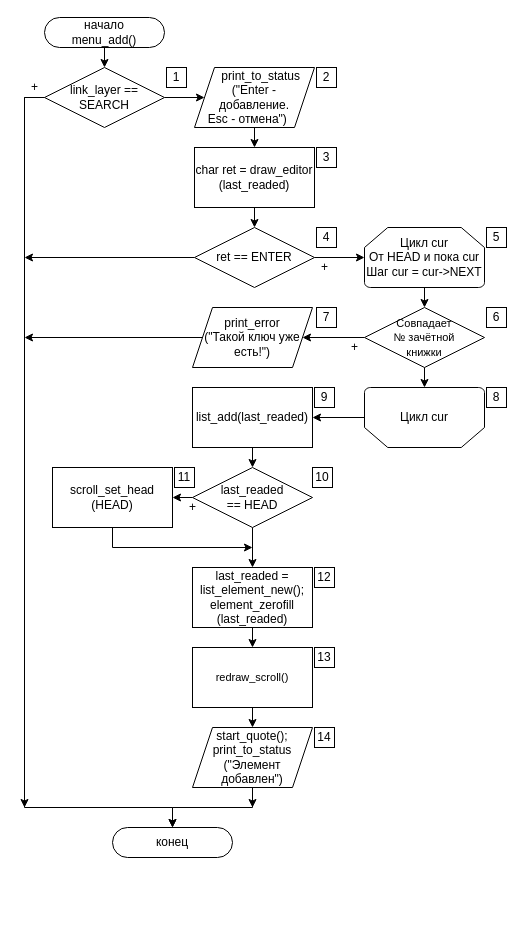
This is ПЗ/Diagrams/menu_add.drawio from Killfrra/AnP, a draw.io file, before an edit. Source tidied: cells renumbered, new cells numbered last; positions are measured from the earlier drawing's top-left corner, leaving out a move shared by most shapes. Both pictures are drawn from the tidied source at 100%, with x=0, y=0 at pixel (24, 17).
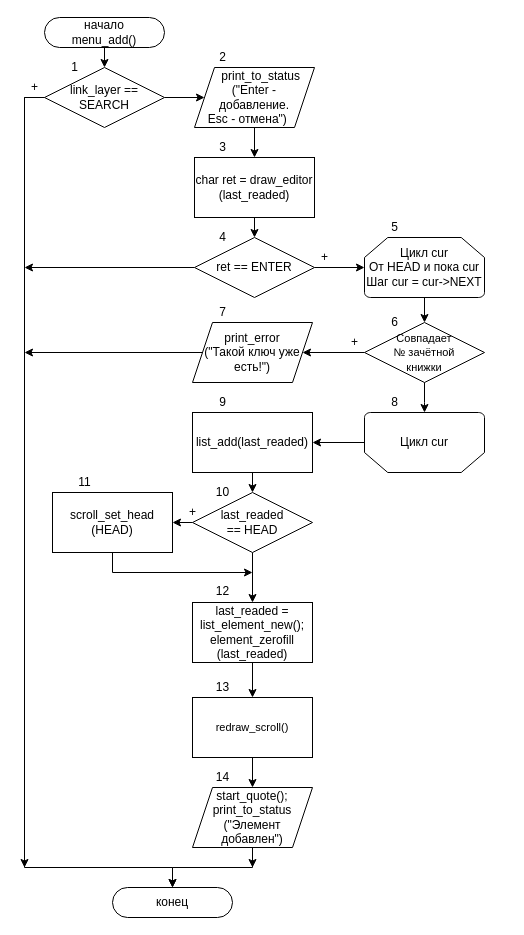
The same page after the edit.

Unchanged cells that the change refers to:
```xml
<mxCell id="29" value="link_layer == SEARCH" style="rhombus;whiteSpace=wrap;html=1;rounded=0;" parent="1" vertex="1">
  <mxGeometry x="20" y="50" width="120" height="60" as="geometry" />
</mxCell>
```

What changed in the source:
```diff
@@
     <mxCell id="3" value="конец" style="rounded=1;whiteSpace=wrap;html=1;arcSize=50;" parent="1" vertex="1">
-      <mxGeometry x="88" y="810" width="120" height="30" as="geometry" />
+      <mxGeometry x="88" y="870" width="120" height="30" as="geometry" />
     </mxCell>
     <mxCell id="4" style="edgeStyle=orthogonalEdgeStyle;rounded=0;jettySize=auto;html=1;exitX=0;exitY=0.5;exitDx=0;exitDy=0;" parent="1" edge="1" source="5">
       <mxGeometry relative="1" as="geometry">
-        <mxPoint y="240" as="targetPoint" />
+        <mxPoint y="250" as="targetPoint" />
       </mxGeometry>
     </mxCell>
     <mxCell id="5" value="ret == ENTER" style="rhombus;whiteSpace=wrap;html=1;rounded=0;" parent="1" vertex="1">
-      <mxGeometry x="170" y="210" width="120" height="60" as="geometry" />
+      <mxGeometry x="170" y="220" width="120" height="60" as="geometry" />
     </mxCell>
     <mxCell id="6" value="last_readed = list_element_new();&lt;br&gt;element_zerofill&lt;br&gt;(last_readed)" style="rounded=0;whiteSpace=wrap;html=1;" parent="1" vertex="1">
-      <mxGeometry x="168" y="550" width="120" height="60" as="geometry" />
+      <mxGeometry x="168" y="585" width="120" height="60" as="geometry" />
     </mxCell>
@@
     <mxCell id="9" value="last_readed&lt;br&gt;== HEAD" style="rhombus;whiteSpace=wrap;html=1;rounded=0;" parent="1" vertex="1">
-      <mxGeometry x="168" y="450" width="120" height="60" as="geometry" />
+      <mxGeometry x="168" y="475" width="120" height="60" as="geometry" />
     </mxCell>
     <mxCell id="10" style="edgeStyle=orthogonalEdgeStyle;rounded=0;jettySize=auto;html=1;exitX=0.5;exitY=1;exitDx=0;exitDy=0;" parent="1" edge="1" source="11">
       <mxGeometry relative="1" as="geometry">
-        <mxPoint x="228" y="530" as="targetPoint" />
+        <mxPoint x="228" y="555" as="targetPoint" />
         <Array as="points">
-          <mxPoint x="88" y="530" />
+          <mxPoint x="88" y="555" />
         </Array>
       </mxGeometry>
     </mxCell>
     <mxCell id="11" value="scroll_set_head&lt;br&gt;(HEAD)" style="rounded=0;whiteSpace=wrap;html=1;" parent="1" vertex="1">
-      <mxGeometry x="28" y="450" width="120" height="60" as="geometry" />
+      <mxGeometry x="28" y="475" width="120" height="60" as="geometry" />
     </mxCell>
     <mxCell id="12" value="list_add(last_readed)" style="rounded=0;whiteSpace=wrap;html=1;" parent="1" vertex="1">
-      <mxGeometry x="168" y="370" width="120" height="60" as="geometry" />
+      <mxGeometry x="168" y="395" width="120" height="60" as="geometry" />
     </mxCell>
@@
     <mxCell id="14" value="Цикл cur&lt;br&gt;От HEAD и пока cur&lt;br&gt;Шаг cur = cur-&amp;gt;NEXT" style="strokeWidth=1;html=1;shape=mxgraph.flowchart.loop_limit;whiteSpace=wrap;flipV=0;" parent="1" vertex="1">
-      <mxGeometry x="340" y="210" width="120" height="60" as="geometry" />
+      <mxGeometry x="340" y="220" width="120" height="60" as="geometry" />
     </mxCell>
     <mxCell id="15" value="Цикл cur" style="strokeWidth=1;html=1;shape=mxgraph.flowchart.loop_limit;whiteSpace=wrap;flipV=1;" parent="1" vertex="1">
-      <mxGeometry x="340" y="370" width="120" height="60" as="geometry" />
+      <mxGeometry x="340" y="395" width="120" height="60" as="geometry" />
     </mxCell>
@@
     <mxCell id="17" value="&lt;font style=&quot;font-size: 11px&quot;&gt;Совпадает&lt;br&gt;№ зачётной&lt;br&gt;книжки&lt;/font&gt;" style="rhombus;whiteSpace=wrap;html=1;rounded=0;" parent="1" vertex="1">
-      <mxGeometry x="340" y="290" width="120" height="60" as="geometry" />
+      <mxGeometry x="340" y="305" width="120" height="60" as="geometry" />
     </mxCell>
     <mxCell id="18" style="edgeStyle=orthogonalEdgeStyle;rounded=0;jettySize=auto;html=1;exitX=0;exitY=0.5;exitDx=0;exitDy=0;" parent="1" edge="1" source="19">
       <mxGeometry relative="1" as="geometry">
-        <mxPoint y="320" as="targetPoint" />
+        <mxPoint y="335" as="targetPoint" />
       </mxGeometry>
     </mxCell>
     <mxCell id="19" value="&lt;font&gt;&lt;font style=&quot;font-size: 12px&quot;&gt;print_error&lt;br&gt;&lt;/font&gt;(&quot;Такой ключ уже есть!&quot;)&lt;/font&gt;" style="shape=parallelogram;perimeter=parallelogramPerimeter;whiteSpace=wrap;html=1;fixedSize=1;fontFamily=Helvetica;fontSize=12;fontColor=#000000;align=center;strokeColor=#000000;fillColor=#ffffff;" parent="1" vertex="1">
-      <mxGeometry x="168" y="290" width="120" height="60" as="geometry" />
+      <mxGeometry x="168" y="305" width="120" height="60" as="geometry" />
     </mxCell>
     <mxCell id="20" style="edgeStyle=orthogonalEdgeStyle;rounded=0;jettySize=auto;html=1;exitX=0.5;exitY=1;exitDx=0;exitDy=0;entryX=0.5;entryY=0;entryDx=0;entryDy=0;" parent="1" edge="1" source="17" target="15">
       <mxGeometry relative="1" as="geometry">
         <Array as="points">
-          <mxPoint x="400" y="370" />
-          <mxPoint x="400" y="370" />
+          <mxPoint x="400" y="385" />
+          <mxPoint x="400" y="385" />
         </Array>
       </mxGeometry>
     </mxCell>
@@
     <mxCell id="24" value="char ret = draw_editor&lt;br&gt;(last_readed)" style="rounded=0;whiteSpace=wrap;html=1;" parent="1" vertex="1">
-      <mxGeometry x="170" y="130" width="120" height="60" as="geometry" />
+      <mxGeometry x="170" y="140" width="120" height="60" as="geometry" />
     </mxCell>
@@
     <mxCell id="26" style="edgeStyle=orthogonalEdgeStyle;rounded=0;jettySize=auto;html=1;exitX=0;exitY=0.5;exitDx=0;exitDy=0;entryX=0.5;entryY=0;entryDx=0;entryDy=0;" parent="1" edge="1" source="29" target="3">
       <mxGeometry relative="1" as="geometry">
         <Array as="points">
           <mxPoint y="80" />
-          <mxPoint y="790" />
-          <mxPoint x="148" y="790" />
+          <mxPoint y="850" />
+          <mxPoint x="148" y="850" />
         </Array>
       </mxGeometry>
     </mxCell>
@@
     <mxCell id="28" style="edgeStyle=orthogonalEdgeStyle;rounded=0;jettySize=auto;html=1;exitX=0;exitY=0.5;exitDx=0;exitDy=0;" parent="1" edge="1" source="29">
       <mxGeometry relative="1" as="geometry">
-        <mxPoint y="790" as="targetPoint" />
+        <mxPoint y="850" as="targetPoint" />
       </mxGeometry>
     </mxCell>
@@
     <mxCell id="32" value="+" style="text;html=1;align=center;verticalAlign=middle;" parent="1" vertex="1">
-      <mxGeometry x="290" y="240" width="20" height="20" as="geometry" />
+      <mxGeometry x="290" y="230" width="20" height="20" as="geometry" />
     </mxCell>
@@
     <mxCell id="34" value="+" style="text;html=1;align=center;verticalAlign=middle;" parent="1" vertex="1">
-      <mxGeometry x="320" y="320" width="20" height="20" as="geometry" />
+      <mxGeometry x="320" y="315" width="20" height="20" as="geometry" />
     </mxCell>
     <mxCell id="35" style="edgeStyle=orthogonalEdgeStyle;rounded=0;jettySize=auto;html=1;exitX=0.5;exitY=1;exitDx=0;exitDy=0;entryX=0.5;entryY=0;entryDx=0;entryDy=0;" parent="1" edge="1" source="37" target="3">
       <mxGeometry relative="1" as="geometry">
         <Array as="points">
-          <mxPoint x="228" y="790" />
-          <mxPoint x="148" y="790" />
+          <mxPoint x="228" y="850" />
+          <mxPoint x="148" y="850" />
         </Array>
       </mxGeometry>
     </mxCell>
     <mxCell id="36" style="edgeStyle=orthogonalEdgeStyle;rounded=0;jettySize=auto;html=1;exitX=0.5;exitY=1;exitDx=0;exitDy=0;" parent="1" edge="1" source="37">
       <mxGeometry relative="1" as="geometry">
-        <mxPoint x="228" y="790" as="targetPoint" />
+        <mxPoint x="228" y="850" as="targetPoint" />
       </mxGeometry>
     </mxCell>
     <mxCell id="37" value="&lt;font style=&quot;font-size: 12px&quot;&gt;start_quote();&lt;br&gt;print_to_status&lt;br&gt;(&quot;Элемент&lt;br&gt;добавлен&quot;)&lt;/font&gt;" style="shape=parallelogram;perimeter=parallelogramPerimeter;whiteSpace=wrap;html=1;fixedSize=1;fontFamily=Helvetica;fontSize=12;fontColor=#000000;align=center;strokeColor=#000000;fillColor=#ffffff;" parent="1" vertex="1">
-      <mxGeometry x="168" y="710" width="120" height="60" as="geometry" />
+      <mxGeometry x="168" y="770" width="120" height="60" as="geometry" />
     </mxCell>
@@
     <mxCell id="39" value="&lt;span style=&quot;font-size: 11px&quot;&gt;redraw_scroll()&lt;/span&gt;" style="rounded=0;whiteSpace=wrap;html=1;" parent="1" vertex="1">
-      <mxGeometry x="168" y="630" width="120" height="60" as="geometry" />
+      <mxGeometry x="168" y="680" width="120" height="60" as="geometry" />
     </mxCell>
@@
     <mxCell id="43" value="+" style="text;html=1;align=center;verticalAlign=middle;" parent="1" vertex="1">
-      <mxGeometry x="158" y="480" width="20" height="20" as="geometry" />
+      <mxGeometry x="158" y="485" width="20" height="20" as="geometry" />
     </mxCell>
-    <mxCell id="44" value="1" style="whiteSpace=wrap;html=1;" parent="1" vertex="1">
-      <mxGeometry x="142" y="50" width="20" height="20" as="geometry" />
+    <mxCell id="44" value="1" style="text;html=1;align=center;verticalAlign=middle;" parent="1" vertex="1">
+      <mxGeometry x="40" y="40" width="20" height="20" as="geometry" />
     </mxCell>
-    <mxCell id="45" value="2" style="whiteSpace=wrap;html=1;" parent="1" vertex="1">
-      <mxGeometry x="292" y="50" width="20" height="20" as="geometry" />
+    <mxCell id="45" value="2" style="text;html=1;align=center;verticalAlign=middle;" parent="1" vertex="1">
+      <mxGeometry x="188" y="30" width="20" height="20" as="geometry" />
     </mxCell>
-    <mxCell id="46" value="3" style="whiteSpace=wrap;html=1;" parent="1" vertex="1">
-      <mxGeometry x="292" y="130" width="20" height="20" as="geometry" />
+    <mxCell id="46" value="3" style="text;html=1;align=center;verticalAlign=middle;" parent="1" vertex="1">
+      <mxGeometry x="188" y="120" width="20" height="20" as="geometry" />
     </mxCell>
-    <mxCell id="47" value="4" style="whiteSpace=wrap;html=1;" parent="1" vertex="1">
-      <mxGeometry x="292" y="210" width="20" height="20" as="geometry" />
+    <mxCell id="47" value="4" style="text;html=1;align=center;verticalAlign=middle;" parent="1" vertex="1">
+      <mxGeometry x="188" y="210" width="20" height="20" as="geometry" />
     </mxCell>
+    <mxCell id="57" value="7" style="text;html=1;align=center;verticalAlign=middle;" parent="1" vertex="1">
+      <mxGeometry x="188" y="285" width="20" height="20" as="geometry" />
+    </mxCell>
+    <mxCell id="51" value="9" style="text;html=1;align=center;verticalAlign=middle;" parent="1" vertex="1">
+      <mxGeometry x="188" y="375" width="20" height="20" as="geometry" />
+    </mxCell>
-    <mxCell id="48" value="5" style="whiteSpace=wrap;html=1;" parent="1" vertex="1">
-      <mxGeometry x="462" y="210" width="20" height="20" as="geometry" />
+    <mxCell id="48" value="5" style="text;html=1;align=center;verticalAlign=middle;" parent="1" vertex="1">
+      <mxGeometry x="360" y="200" width="20" height="20" as="geometry" />
     </mxCell>
-    <mxCell id="49" value="6" style="whiteSpace=wrap;html=1;" parent="1" vertex="1">
-      <mxGeometry x="462" y="290" width="20" height="20" as="geometry" />
+    <mxCell id="49" value="6" style="text;html=1;align=center;verticalAlign=middle;" parent="1" vertex="1">
+      <mxGeometry x="360" y="295" width="20" height="20" as="geometry" />
     </mxCell>
-    <mxCell id="50" value="8" style="whiteSpace=wrap;html=1;" parent="1" vertex="1">
-      <mxGeometry x="462" y="370" width="20" height="20" as="geometry" />
+    <mxCell id="50" value="8" style="text;html=1;align=center;verticalAlign=middle;" parent="1" vertex="1">
+      <mxGeometry x="360" y="375" width="20" height="20" as="geometry" />
     </mxCell>
-    <mxCell id="51" value="9" style="whiteSpace=wrap;html=1;" parent="1" vertex="1">
-      <mxGeometry x="290" y="370" width="20" height="20" as="geometry" />
-    </mxCell>
-    <mxCell id="52" value="10" style="whiteSpace=wrap;html=1;" parent="1" vertex="1">
-      <mxGeometry x="288" y="450" width="20" height="20" as="geometry" />
+    <mxCell id="52" value="10" style="text;html=1;align=center;verticalAlign=middle;" parent="1" vertex="1">
+      <mxGeometry x="183" y="465" width="30" height="20" as="geometry" />
     </mxCell>
-    <mxCell id="53" value="11" style="whiteSpace=wrap;html=1;" parent="1" vertex="1">
-      <mxGeometry x="150" y="450" width="20" height="20" as="geometry" />
+    <mxCell id="53" value="11" style="text;html=1;align=center;verticalAlign=middle;" parent="1" vertex="1">
+      <mxGeometry x="45" y="455" width="30" height="20" as="geometry" />
     </mxCell>
-    <mxCell id="54" value="12" style="whiteSpace=wrap;html=1;" parent="1" vertex="1">
-      <mxGeometry x="290" y="550" width="20" height="20" as="geometry" />
+    <mxCell id="54" value="12" style="text;html=1;align=center;verticalAlign=middle;" parent="1" vertex="1">
+      <mxGeometry x="183" y="564" width="30" height="20" as="geometry" />
     </mxCell>
-    <mxCell id="55" value="13" style="whiteSpace=wrap;html=1;" parent="1" vertex="1">
-      <mxGeometry x="290" y="630" width="20" height="20" as="geometry" />
+    <mxCell id="55" value="13" style="text;html=1;align=center;verticalAlign=middle;" parent="1" vertex="1">
+      <mxGeometry x="183" y="660" width="30" height="20" as="geometry" />
     </mxCell>
-    <mxCell id="56" value="14" style="whiteSpace=wrap;html=1;" parent="1" vertex="1">
-      <mxGeometry x="290" y="710" width="20" height="20" as="geometry" />
+    <mxCell id="56" value="14" style="text;html=1;align=center;verticalAlign=middle;" parent="1" vertex="1">
+      <mxGeometry x="183" y="750" width="30" height="20" as="geometry" />
     </mxCell>
-    <mxCell id="57" value="7" style="whiteSpace=wrap;html=1;" parent="1" vertex="1">
-      <mxGeometry x="292" y="290" width="20" height="20" as="geometry" />
-    </mxCell>
```
